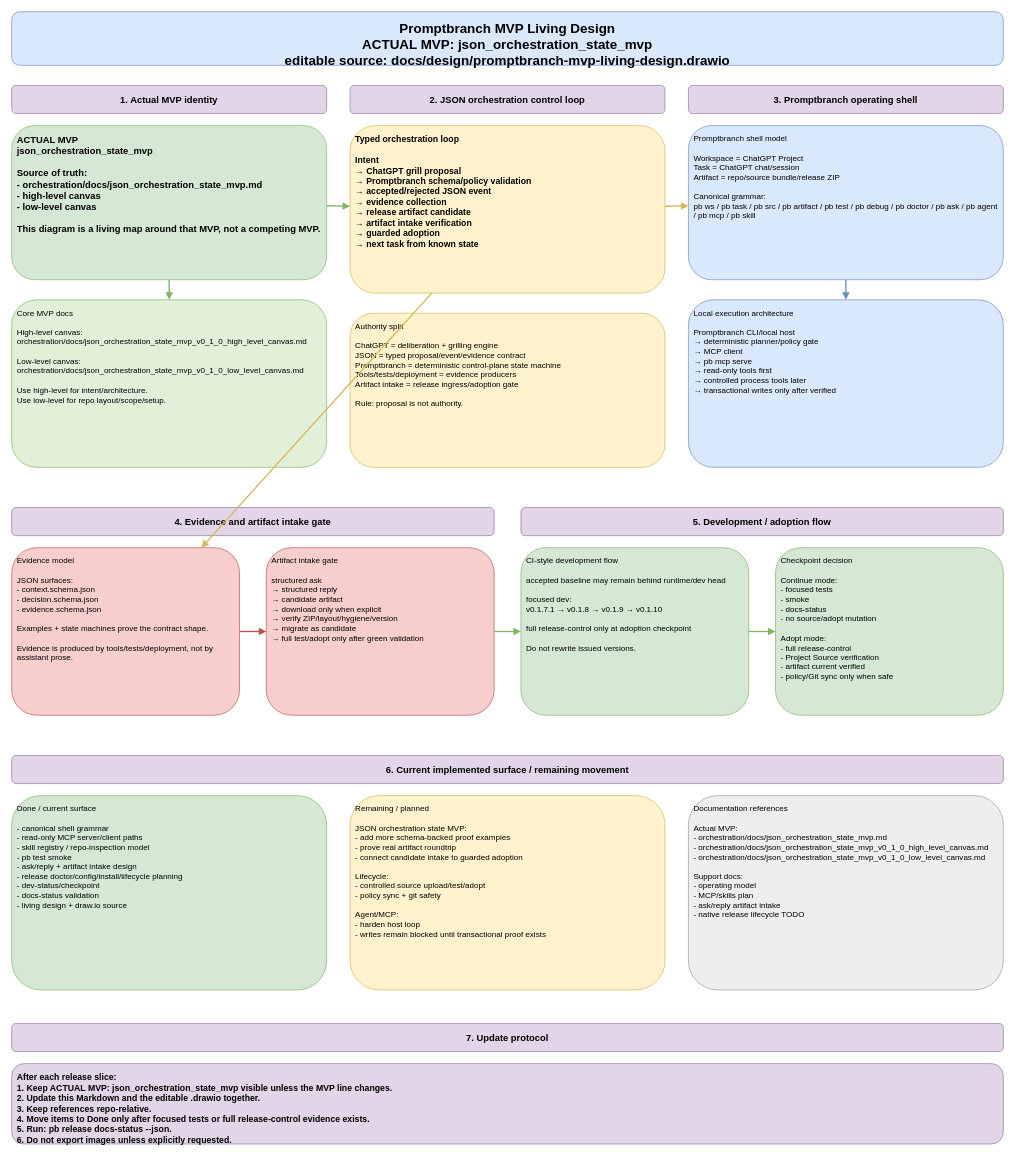
Earlier version of the draw.io diagram docs/design/promptbranch-mvp-living-design.drawio (spikkie/promptbranch). Source tidied: cells renumbered, new cells numbered last; positions are measured from the earlier drawing's top-left corner, leaving out a move shared by most shapes. Both pictures are drawn from the tidied source at 67%, with x=0, y=0 at pixel (11, 11).
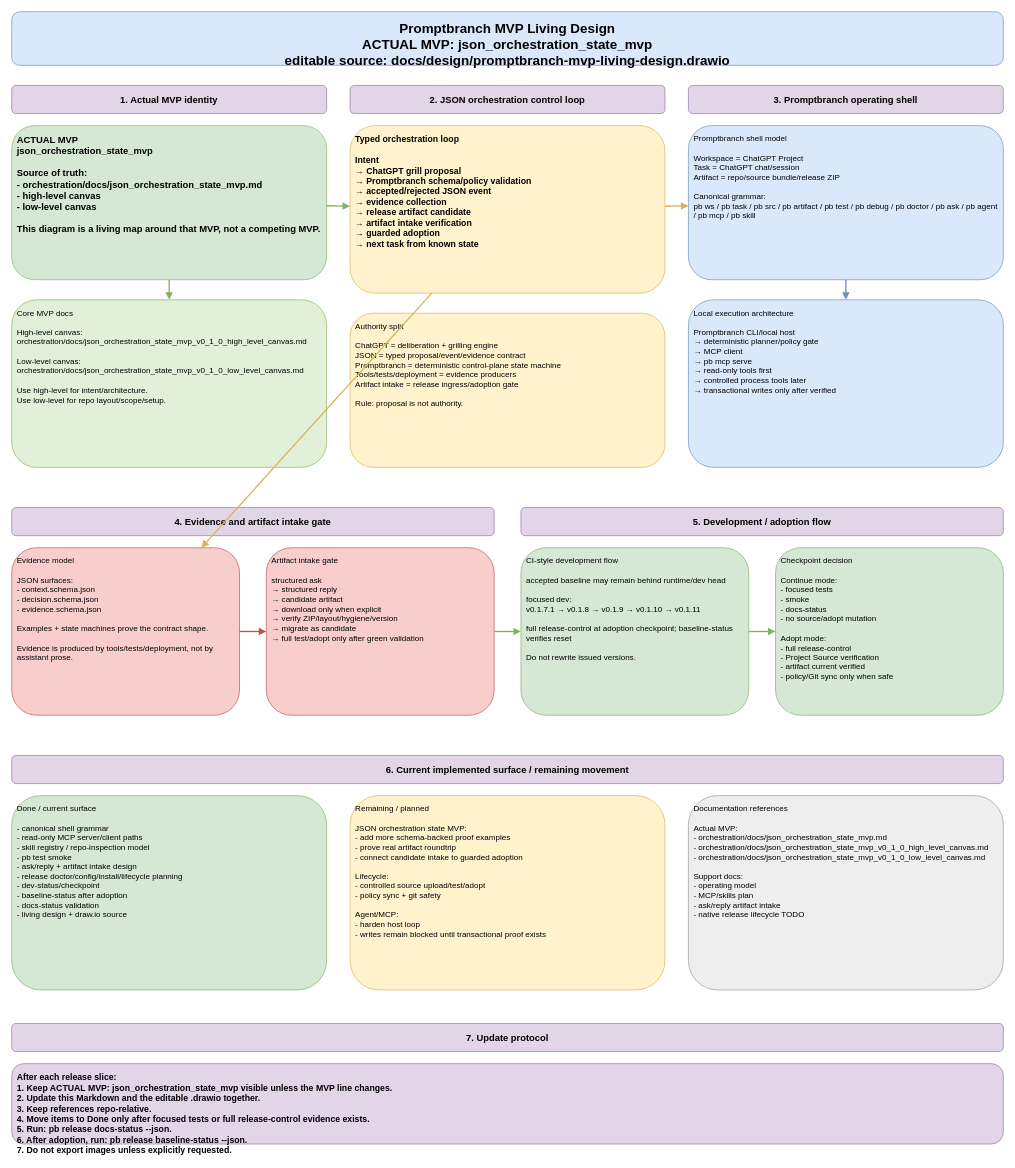
Above is the later version.

The edit, as a diff of the source:
```diff
@@
-    <mxCell id="20" value="CI-style development flow&#10;&#10;accepted baseline may remain behind runtime/dev head&#10;&#10;focused dev:&#10;v0.1.7.1 → v0.1.8 → v0.1.9 → v0.1.10&#10;&#10;full release-control only at adoption checkpoint&#10;&#10;Do not rewrite issued versions." style="rounded=1;whiteSpace=wrap;html=1;fillColor=#d5e8d4;strokeColor=#82b366;fontSize=12;align=left;verticalAlign=top;spacing=8;" parent="1" vertex="1">
+    <mxCell id="20" value="CI-style development flow&#10;&#10;accepted baseline may remain behind runtime/dev head&#10;&#10;focused dev:&#10;v0.1.7.1 → v0.1.8 → v0.1.9 → v0.1.10 → v0.1.11&#10;&#10;full release-control at adoption checkpoint; baseline-status verifies reset&#10;&#10;Do not rewrite issued versions." style="rounded=1;whiteSpace=wrap;html=1;fillColor=#d5e8d4;strokeColor=#82b366;fontSize=12;align=left;verticalAlign=top;spacing=8;" parent="1" vertex="1">
       <mxGeometry x="760" y="800" width="340" height="250" as="geometry" />
     </mxCell>
@@
-    <mxCell id="27" value="Done / current surface&#10;&#10;- canonical shell grammar&#10;- read-only MCP server/client paths&#10;- skill registry / repo-inspection model&#10;- pb test smoke&#10;- ask/reply + artifact intake design&#10;- release doctor/config/install/lifecycle planning&#10;- dev-status/checkpoint&#10;- docs-status validation&#10;- living design + draw.io source" style="rounded=1;whiteSpace=wrap;html=1;fillColor=#d5e8d4;strokeColor=#82b366;fontSize=12;align=left;verticalAlign=top;spacing=8;" parent="1" vertex="1">
+    <mxCell id="27" value="Done / current surface&#10;&#10;- canonical shell grammar&#10;- read-only MCP server/client paths&#10;- skill registry / repo-inspection model&#10;- pb test smoke&#10;- ask/reply + artifact intake design&#10;- release doctor/config/install/lifecycle planning&#10;- dev-status/checkpoint&#10;- baseline-status after adoption&#10;- docs-status validation&#10;- living design + draw.io source" style="rounded=1;whiteSpace=wrap;html=1;fillColor=#d5e8d4;strokeColor=#82b366;fontSize=12;align=left;verticalAlign=top;spacing=8;" parent="1" vertex="1">
       <mxGeometry y="1170" width="470" height="290" as="geometry" />
     </mxCell>
@@
-    <mxCell id="31" value="After each release slice:&#10;1. Keep ACTUAL MVP: json_orchestration_state_mvp visible unless the MVP line changes.&#10;2. Update this Markdown and the editable .drawio together.&#10;3. Keep references repo-relative.&#10;4. Move items to Done only after focused tests or full release-control evidence exists.&#10;5. Run: pb release docs-status --json.&#10;6. Do not export images unless explicitly requested." style="rounded=1;whiteSpace=wrap;html=1;fillColor=#e1d5e7;strokeColor=#9673a6;fontSize=13;align=left;verticalAlign=top;spacing=8;fontStyle=1;" parent="1" vertex="1">
+    <mxCell id="31" value="After each release slice:&#10;1. Keep ACTUAL MVP: json_orchestration_state_mvp visible unless the MVP line changes.&#10;2. Update this Markdown and the editable .drawio together.&#10;3. Keep references repo-relative.&#10;4. Move items to Done only after focused tests or full release-control evidence exists.&#10;5. Run: pb release docs-status --json.&#10;6. After adoption, run: pb release baseline-status --json.&#10;7. Do not export images unless explicitly requested." style="rounded=1;whiteSpace=wrap;html=1;fillColor=#e1d5e7;strokeColor=#9673a6;fontSize=13;align=left;verticalAlign=top;spacing=8;fontStyle=1;" parent="1" vertex="1">
       <mxGeometry y="1570" width="1480" height="120" as="geometry" />
     </mxCell>
```
